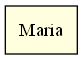
This is Proyecto01/grafica_pila.png from M-A1201/C-Users-Manuel-Desktop-practica_CS-CursoSharp-PracticaIPC2-IPC2_Proy01_202602_202402501, a Graphviz export, as it was before one commit. Its source is kept beside it as Proyecto01/grafica_pila.dot.
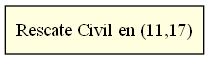
Later version of the same file.

The edit, as a diff of the source:
```diff
@@ -2,5 +2,5 @@
     rankdir=TB;
     node [shape=record, style=filled, fillcolor=lightyellow];
 
-    nodo0 [label="Maria"];
+    nodo0 [label="Rescate Civil en (11,17)"];
 }
```
